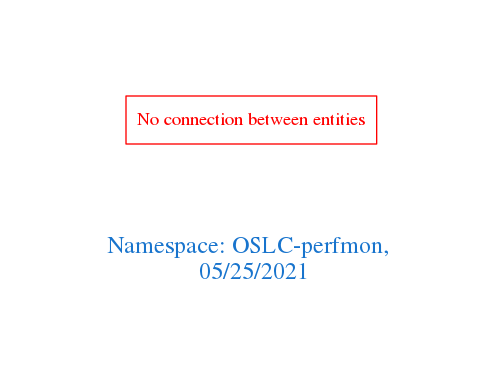
This is downloads/OSLC-perfmon.png from arago/OGIT, a Graphviz export, as it was before one commit. Its source is kept beside it as downloads/OSLC-perfmon.dot.
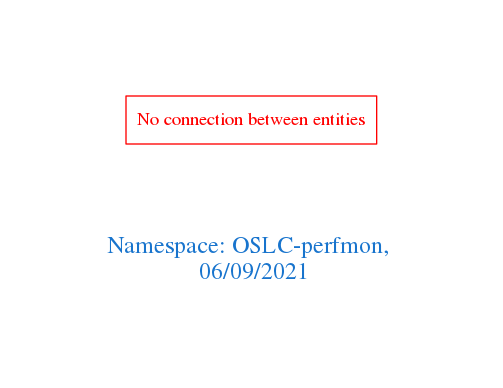
The same file after the commit.

Diff of the diagram source:
```diff
@@ -1,7 +1,7 @@
 digraph OGIT_ontology {
  graph [ rankdir= LR,pad=1
 fontsize = 18,
-fontcolor= dodgerblue3,label = "\n\n\nNamespace: OSLC-perfmon, \n 05/25/2021"];
+fontcolor= dodgerblue3,label = "\n\n\nNamespace: OSLC-perfmon, \n 06/09/2021"];
 node[shape=polygon];
 edge [  color="gray81"];
 
```
